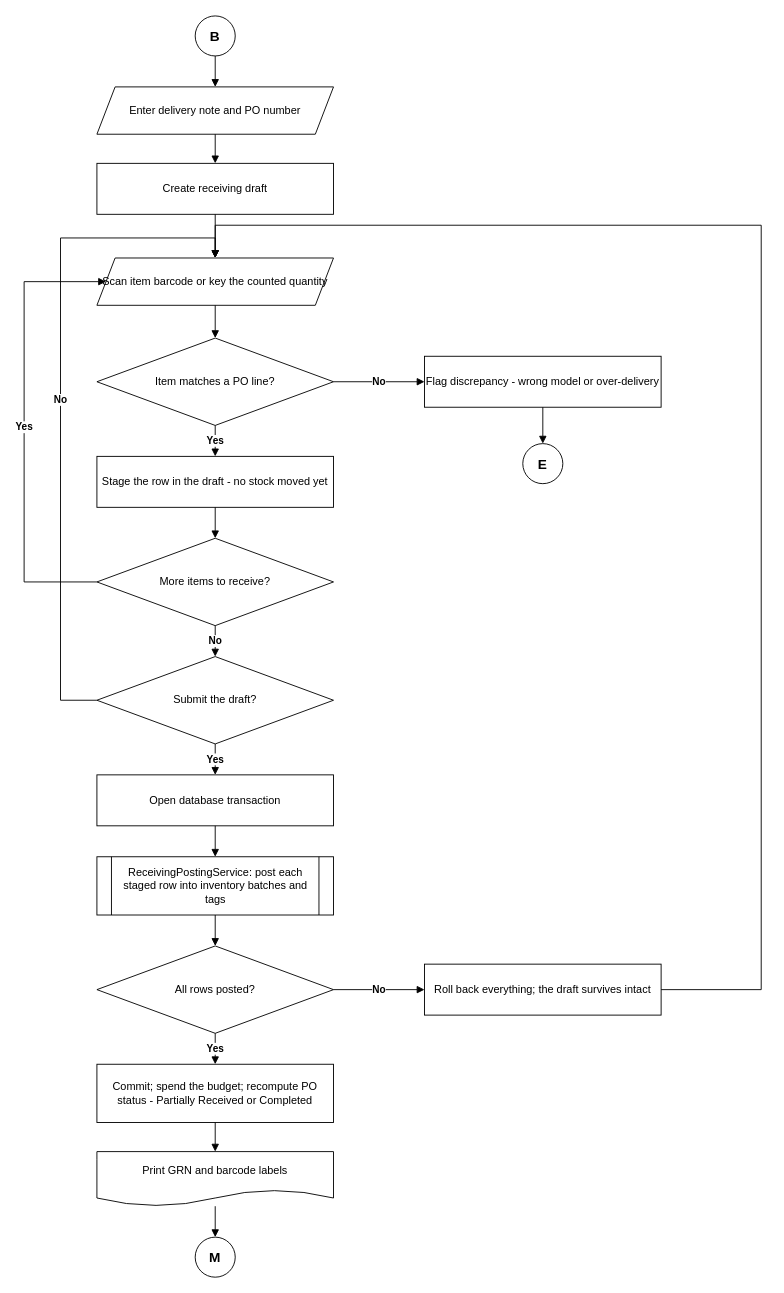
Before: page "4 - B Receiving" (4 of 7) of docs/Airking-System-Flowchart.drawio in GROUP34-AirkingCapsProj/group34, a draw.io diagram. Source tidied: cells renumbered, new cells numbered last; positions are measured from the earlier drawing's top-left corner, leaving out a move shared by most shapes. Both pictures are drawn from the tidied source at 91%, with x=0, y=0 at pixel (24, 15).
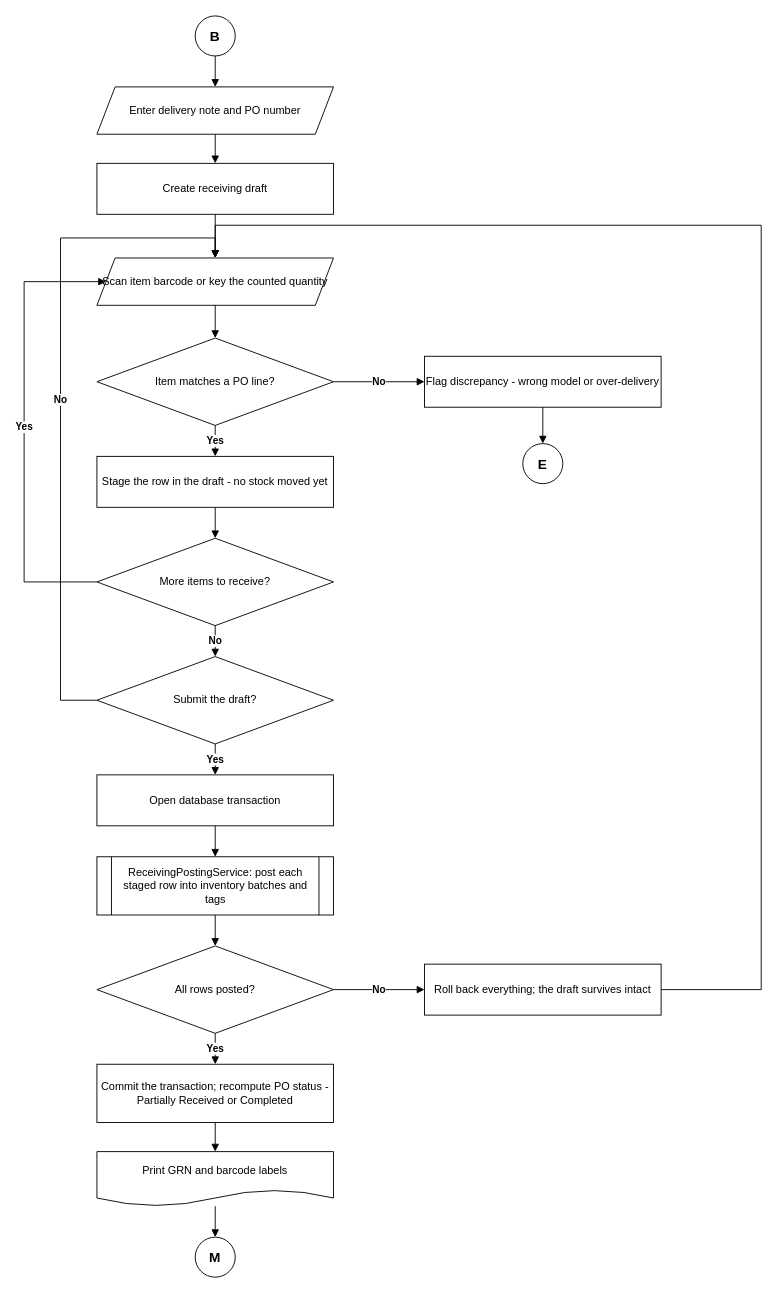
After the change.

Diff of the diagram source:
```diff
@@
-    <mxCell id="16" value="Commit; spend the budget; recompute PO status - Partially Received or Completed" style="rounded=0;whiteSpace=wrap;html=1;fillColor=#ffffff;strokeColor=#000000;fontColor=#000000;fontSize=12;" parent="1" vertex="1">
+    <mxCell id="16" value="Commit the transaction; recompute PO status - Partially Received or Completed" style="rounded=0;whiteSpace=wrap;html=1;fillColor=#ffffff;strokeColor=#000000;fontColor=#000000;fontSize=12;" parent="1" vertex="1">
       <mxGeometry x="80" y="1152" width="260" height="64" as="geometry" />
     </mxCell>
```
